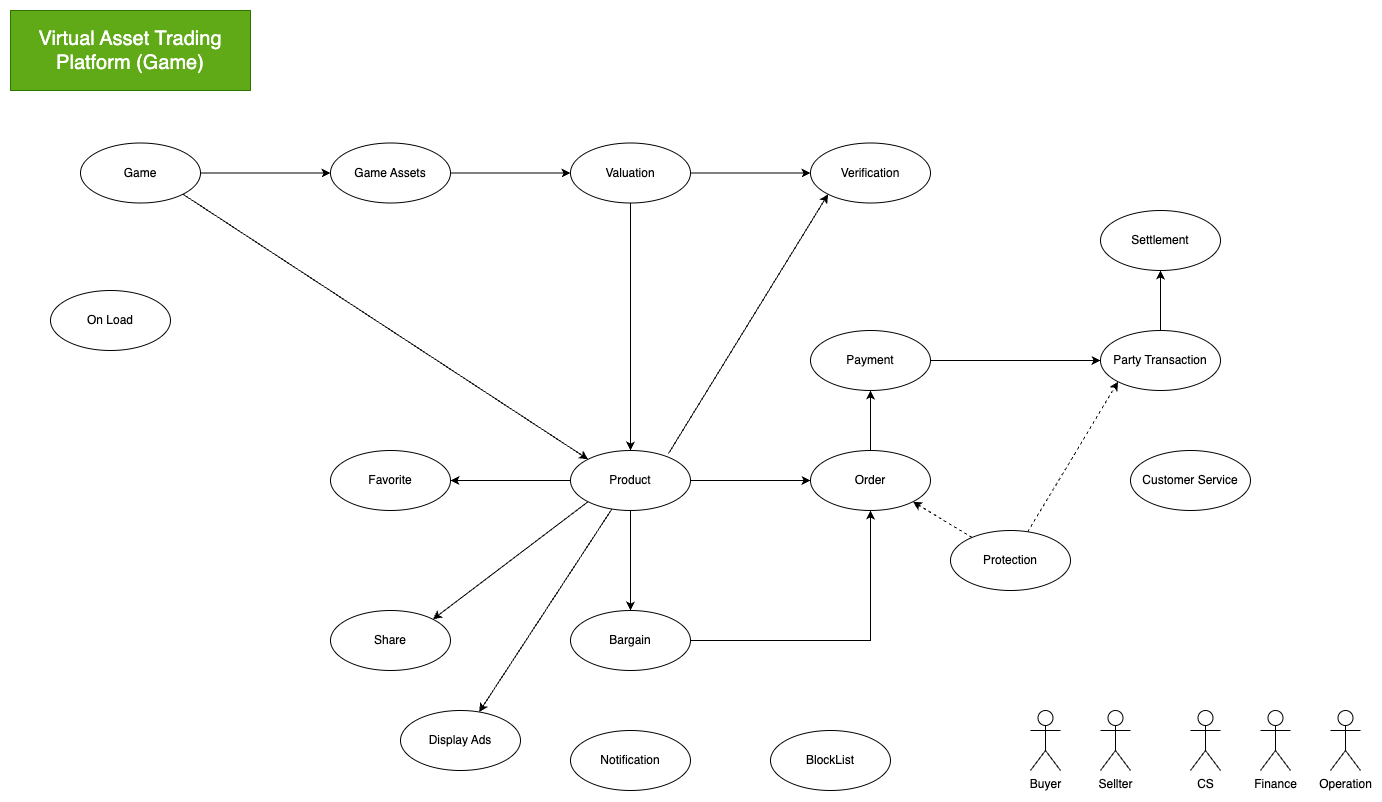
The draw.io diagram TradingGame.Entities.drawio.png in lucasdengcn/virtual-asset-trading-platform, before a commit. Source tidied: cells renumbered, new cells last; positions are measured from the earlier drawing's top-left corner, leaving out a move shared by most shapes.
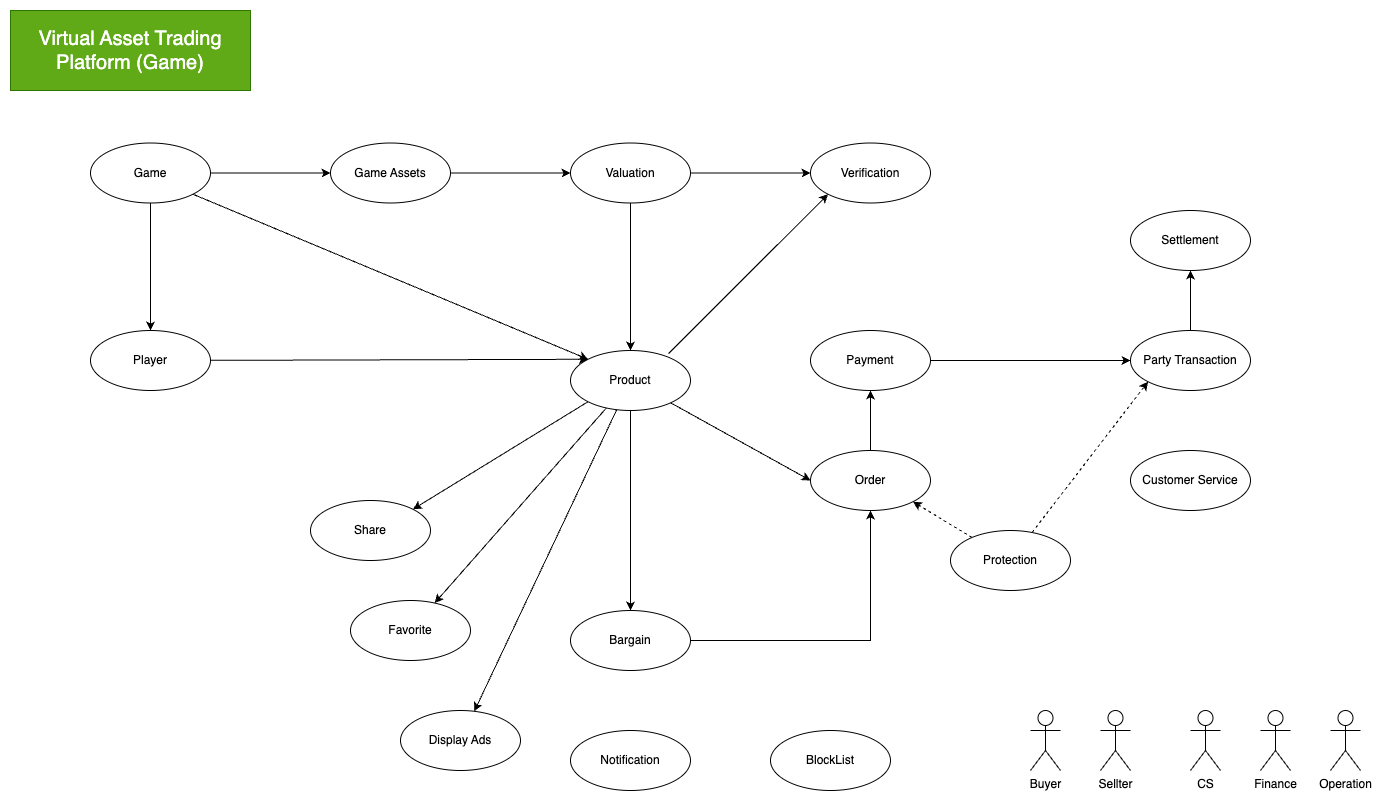
Later version of the same file.

Commit message:
entities map

Diff of the diagram source:
```diff
@@ -8,8 +8,11 @@
     <mxCell id="3" style="rounded=0;jettySize=auto;html=1;exitX=1;exitY=1;exitDx=0;exitDy=0;entryX=0;entryY=0;entryDx=0;entryDy=0;" parent="1" edge="1" source="4" target="16">
       <mxGeometry relative="1" as="geometry" />
     </mxCell>
+    <mxCell id="43" style="edgeStyle=orthogonalEdgeStyle;rounded=0;jettySize=auto;html=1;entryX=0.5;entryY=0;entryDx=0;entryDy=0;" parent="1" edge="1" source="4" target="40">
+      <mxGeometry relative="1" as="geometry" />
+    </mxCell>
     <mxCell id="4" value="Game" style="ellipse;whiteSpace=wrap;html=1;" parent="1" vertex="1">
-      <mxGeometry x="70" y="132.5" width="120" height="60" as="geometry" />
+      <mxGeometry x="80" y="132.5" width="120" height="60" as="geometry" />
     </mxCell>
     <mxCell id="5" style="rounded=0;jettySize=auto;html=1;" parent="1" edge="1" source="6" target="10">
       <mxGeometry relative="1" as="geometry" />
@@ -29,7 +32,7 @@
     <mxCell id="10" value="Valuation" style="ellipse;whiteSpace=wrap;html=1;" parent="1" vertex="1">
       <mxGeometry x="560" y="132.5" width="120" height="60" as="geometry" />
     </mxCell>
-    <mxCell id="11" style="edgeStyle=orthogonalEdgeStyle;rounded=0;jettySize=auto;html=1;entryX=0;entryY=0.5;entryDx=0;entryDy=0;" parent="1" edge="1" source="16" target="19">
+    <mxCell id="11" style="rounded=0;jettySize=auto;html=1;entryX=0;entryY=0.5;entryDx=0;entryDy=0;" parent="1" edge="1" source="16" target="19">
       <mxGeometry relative="1" as="geometry" />
     </mxCell>
     <mxCell id="12" style="edgeStyle=orthogonalEdgeStyle;rounded=0;jettySize=auto;html=1;" parent="1" edge="1" source="16" target="21">
@@ -45,7 +48,7 @@
       <mxGeometry relative="1" as="geometry" />
     </mxCell>
     <mxCell id="16" value="Product" style="ellipse;whiteSpace=wrap;html=1;" parent="1" vertex="1">
-      <mxGeometry x="560" y="440" width="120" height="60" as="geometry" />
+      <mxGeometry x="560" y="340" width="120" height="60" as="geometry" />
     </mxCell>
     <mxCell id="17" style="rounded=0;jettySize=auto;html=1;entryX=0;entryY=0.5;entryDx=0;entryDy=0;exitX=1;exitY=0.5;exitDx=0;exitDy=0;" parent="1" edge="1" source="25" target="24">
       <mxGeometry relative="1" as="geometry" />
@@ -69,19 +72,19 @@
       <mxGeometry relative="1" as="geometry" />
     </mxCell>
     <mxCell id="24" value="Party Transaction" style="ellipse;whiteSpace=wrap;html=1;" parent="1" vertex="1">
-      <mxGeometry x="1090" y="320" width="120" height="60" as="geometry" />
+      <mxGeometry x="1120" y="320" width="120" height="60" as="geometry" />
     </mxCell>
     <mxCell id="25" value="Payment" style="ellipse;whiteSpace=wrap;html=1;" parent="1" vertex="1">
       <mxGeometry x="800" y="320" width="120" height="60" as="geometry" />
     </mxCell>
     <mxCell id="26" value="Settlement" style="ellipse;whiteSpace=wrap;html=1;" parent="1" vertex="1">
-      <mxGeometry x="1090" y="200" width="120" height="60" as="geometry" />
+      <mxGeometry x="1120" y="200" width="120" height="60" as="geometry" />
     </mxCell>
     <mxCell id="27" value="Favorite" style="ellipse;whiteSpace=wrap;html=1;" parent="1" vertex="1">
-      <mxGeometry x="320" y="440" width="120" height="60" as="geometry" />
+      <mxGeometry x="340" y="590" width="120" height="60" as="geometry" />
     </mxCell>
     <mxCell id="28" value="Share" style="ellipse;whiteSpace=wrap;html=1;" parent="1" vertex="1">
-      <mxGeometry x="320" y="600" width="120" height="60" as="geometry" />
+      <mxGeometry x="300" y="490" width="120" height="60" as="geometry" />
     </mxCell>
     <mxCell id="29" style="rounded=0;jettySize=auto;html=1;entryX=1;entryY=1;entryDx=0;entryDy=0;dashed=1;" parent="1" edge="1" source="31" target="19">
       <mxGeometry relative="1" as="geometry" />
@@ -116,8 +119,11 @@
     <mxCell id="39" value="Operation" style="shape=umlActor;verticalLabelPosition=bottom;verticalAlign=top;html=1;" parent="1" vertex="1">
       <mxGeometry x="1320" y="700" width="30" height="60" as="geometry" />
     </mxCell>
+    <mxCell id="44" style="rounded=0;jettySize=auto;html=1;entryX=0;entryY=0;entryDx=0;entryDy=0;" parent="1" edge="1" source="40" target="16">
+      <mxGeometry relative="1" as="geometry" />
+    </mxCell>
-    <mxCell id="40" value="On Load" style="ellipse;whiteSpace=wrap;html=1;" parent="1" vertex="1">
-      <mxGeometry x="40" y="280" width="120" height="60" as="geometry" />
+    <mxCell id="40" value="Player" style="ellipse;whiteSpace=wrap;html=1;" parent="1" vertex="1">
+      <mxGeometry x="80" y="320" width="120" height="60" as="geometry" />
     </mxCell>
     <mxCell id="41" value="Display Ads" style="ellipse;whiteSpace=wrap;html=1;" parent="1" vertex="1">
       <mxGeometry x="390" y="700" width="120" height="60" as="geometry" />
```
